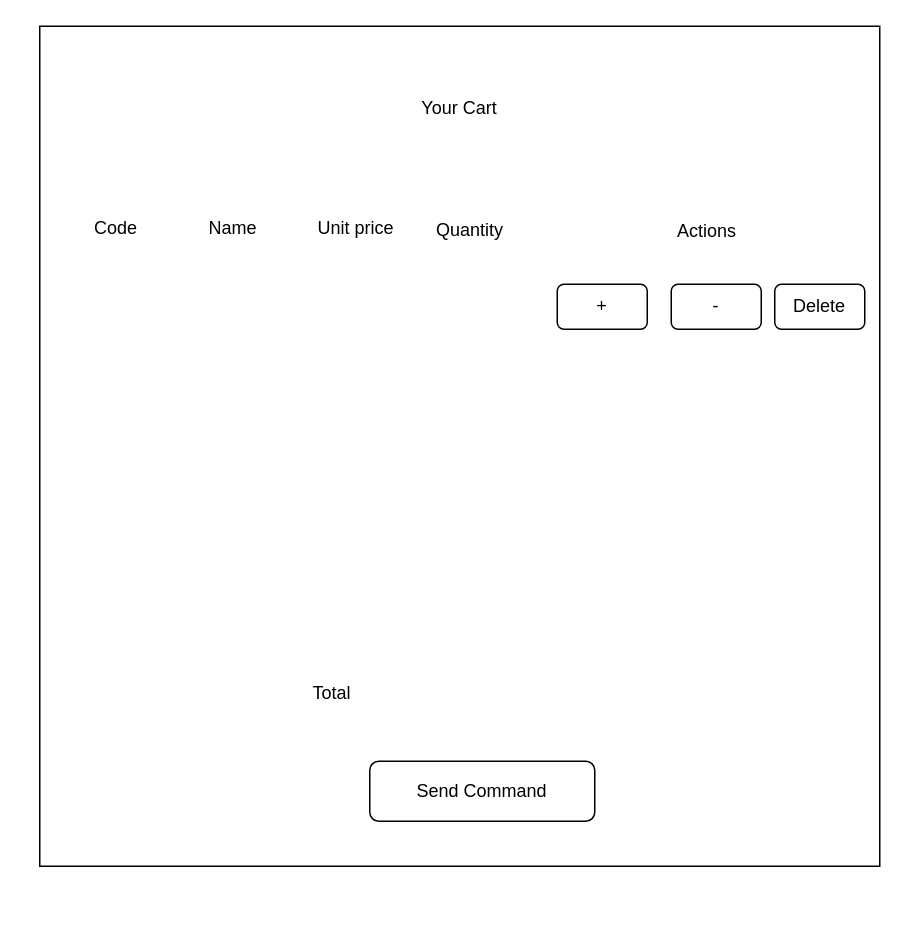
The draw.io diagram page "Page_panier" (3 of 6) of doc/fichier drawio/TP_d07.drawio in arseneRuben/E_Commerce_JEE, before the edit. Source tidied: cells renumbered, new cells numbered last; positions are measured from the earlier drawing's top-left corner, leaving out a move shared by most shapes. Both pictures are drawn from the tidied source at 150%, with x=0, y=0 at pixel (26, 26).
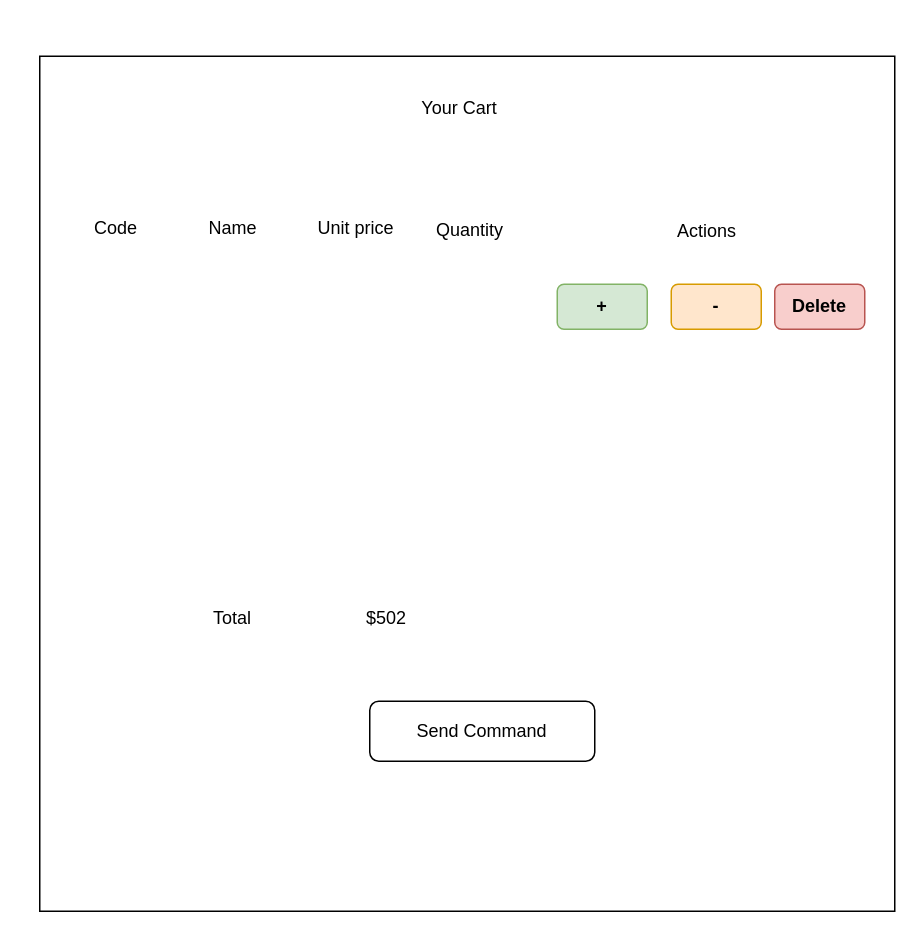
After the change.

The edit, as a diff of the source:
```diff
@@
 <mxGraphModel>
   <root>
     <mxCell id="0" />
     <mxCell id="1" parent="0" />
     <mxCell id="2" style="whiteSpace=wrap;html=1;" parent="1" vertex="1">
-      <mxGeometry x="9" width="560" height="560" as="geometry" />
+      <mxGeometry x="9" y="20" width="570" height="570" as="geometry" />
     </mxCell>
     <mxCell id="3" value="Your Cart" style="text;html=1;strokeColor=none;fillColor=none;align=center;verticalAlign=middle;whiteSpace=wrap;rounded=0;" parent="1" vertex="1">
       <mxGeometry x="229" y="40" width="120" height="30" as="geometry" />
     </mxCell>
     <mxCell id="4" value="Code" style="text;html=1;strokeColor=none;fillColor=none;align=center;verticalAlign=middle;whiteSpace=wrap;rounded=0;" parent="1" vertex="1">
       <mxGeometry y="120" width="120" height="30" as="geometry" />
     </mxCell>
     <mxCell id="5" value="Name" style="text;html=1;strokeColor=none;fillColor=none;align=center;verticalAlign=middle;whiteSpace=wrap;rounded=0;" parent="1" vertex="1">
       <mxGeometry x="78" y="120" width="120" height="30" as="geometry" />
     </mxCell>
     <mxCell id="6" value="Unit price" style="text;html=1;strokeColor=none;fillColor=none;align=center;verticalAlign=middle;whiteSpace=wrap;rounded=0;" parent="1" vertex="1">
       <mxGeometry x="160" y="120" width="120" height="30" as="geometry" />
     </mxCell>
-    <mxCell id="7" value="-" style="rounded=1;whiteSpace=wrap;html=1;" parent="1" vertex="1">
+    <mxCell id="7" value="-" style="rounded=1;whiteSpace=wrap;html=1;fillColor=#ffe6cc;strokeColor=#d79b00;fontStyle=1;" parent="1" vertex="1">
       <mxGeometry x="430" y="172" width="60" height="30" as="geometry" />
     </mxCell>
-    <mxCell id="8" value="Delete" style="rounded=1;whiteSpace=wrap;html=1;" parent="1" vertex="1">
+    <mxCell id="8" value="Delete" style="rounded=1;whiteSpace=wrap;html=1;fillColor=#f8cecc;strokeColor=#b85450;fontStyle=1;" parent="1" vertex="1">
       <mxGeometry x="499" y="172" width="60" height="30" as="geometry" />
     </mxCell>
     <mxCell id="9" value="Send Command" style="rounded=1;whiteSpace=wrap;html=1;" parent="1" vertex="1">
-      <mxGeometry x="229" y="490" width="150" height="40" as="geometry" />
+      <mxGeometry x="229" y="450" width="150" height="40" as="geometry" />
     </mxCell>
-    <mxCell id="10" value="+" style="rounded=1;whiteSpace=wrap;html=1;" parent="1" vertex="1">
+    <mxCell id="10" value="+" style="rounded=1;whiteSpace=wrap;html=1;fillColor=#d5e8d4;strokeColor=#82b366;fontStyle=1;" parent="1" vertex="1">
       <mxGeometry x="354" y="172" width="60" height="30" as="geometry" />
     </mxCell>
     <mxCell id="11" value="Actions" style="text;html=1;strokeColor=none;fillColor=none;align=center;verticalAlign=middle;whiteSpace=wrap;rounded=0;" parent="1" vertex="1">
       <mxGeometry x="359" y="122" width="190" height="30" as="geometry" />
     </mxCell>
     <mxCell id="12" value="Quantity" style="text;html=1;strokeColor=none;fillColor=none;align=center;verticalAlign=middle;whiteSpace=wrap;rounded=0;" parent="1" vertex="1">
       <mxGeometry x="236" y="121" width="120" height="30" as="geometry" />
     </mxCell>
-    <mxCell id="13" value="Total" style="text;html=1;strokeColor=none;fillColor=none;align=center;verticalAlign=middle;whiteSpace=wrap;rounded=0;" parent="1" vertex="1">
-      <mxGeometry x="39" y="430" width="330" height="30" as="geometry" />
+    <mxCell id="13" value="Total&amp;nbsp; &amp;nbsp; &amp;nbsp; &amp;nbsp; &amp;nbsp; &amp;nbsp; &amp;nbsp; &amp;nbsp; &amp;nbsp; &amp;nbsp; &amp;nbsp; &amp;nbsp;$502&amp;nbsp;" style="text;html=1;strokeColor=none;fillColor=none;align=center;verticalAlign=middle;whiteSpace=wrap;rounded=0;" parent="1" vertex="1">
+      <mxGeometry x="26" y="380" width="330" height="30" as="geometry" />
     </mxCell>
   </root>
 </mxGraphModel>
```
